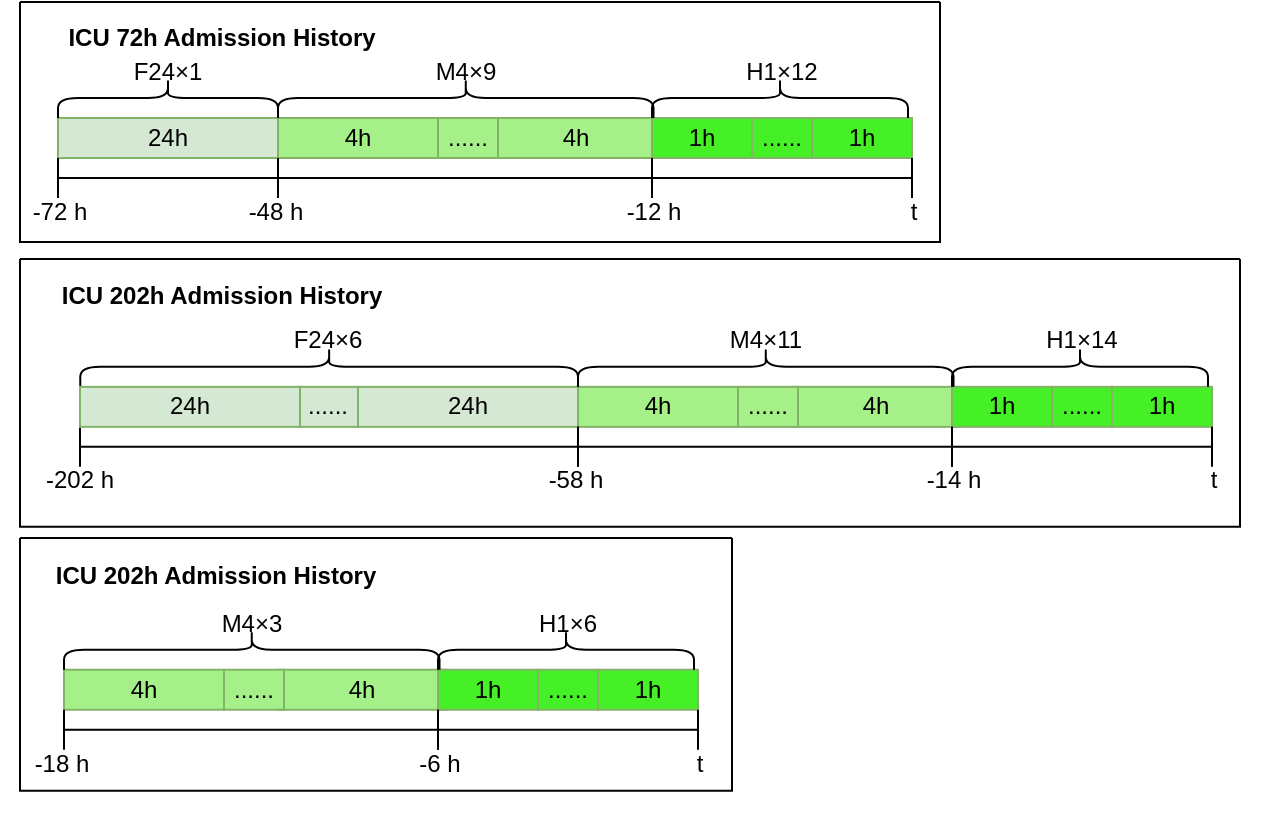
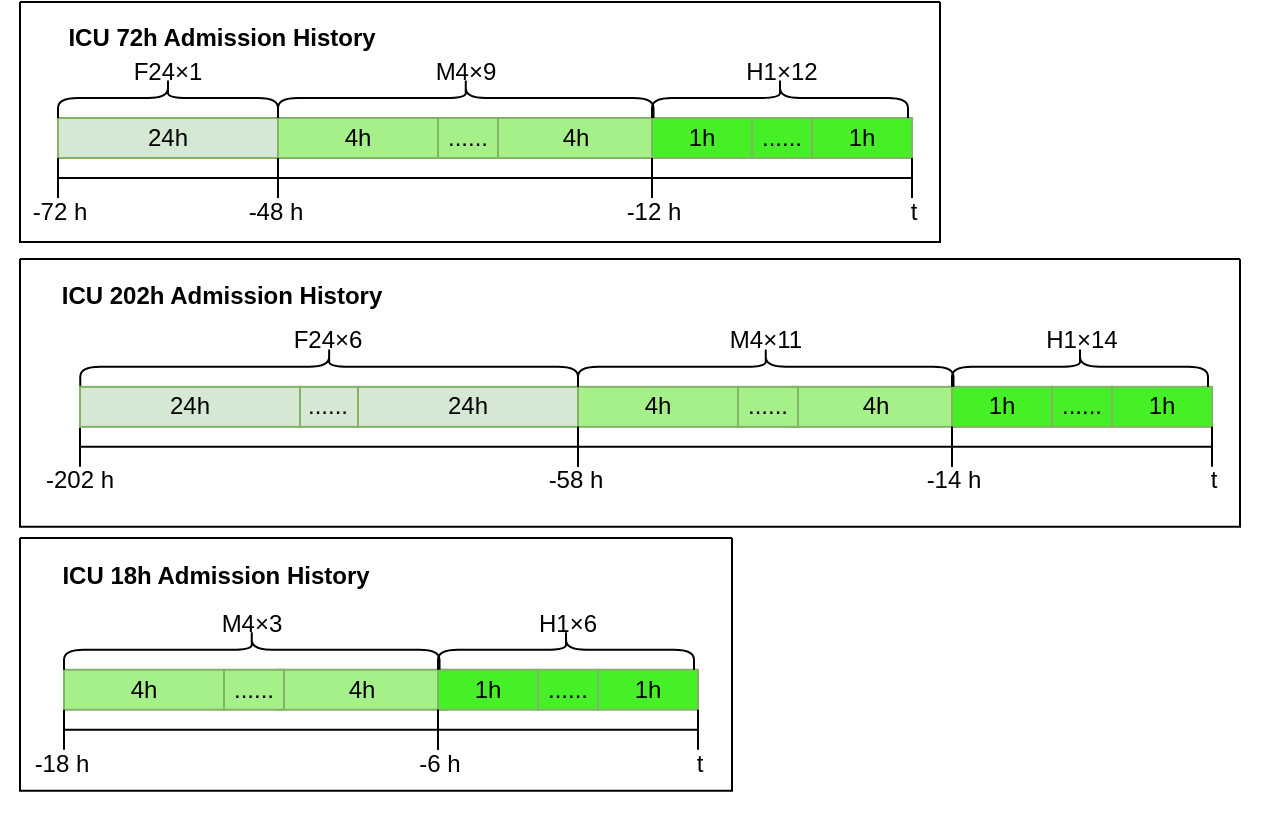
<mxfile host="app.diagrams.net">
  <diagram name="第 1 页" id="ZXRgyMgndbSnMul60k35">
    <mxGraphModel dx="702" dy="479" grid="1" gridSize="10" guides="1" tooltips="1" connect="1" arrows="1" fold="1" page="1" pageScale="1" pageWidth="827" pageHeight="1169" math="0" shadow="0">
      <root>
        <mxCell id="0" />
        <mxCell id="1" parent="0" />
        <mxCell id="Cz9zJ3ElJhsfQI_fBBap-1" parent="1" style="rounded=0;whiteSpace=wrap;html=1;fillColor=#d5e8d4;strokeColor=#82b366;" value="24h" vertex="1">
          <mxGeometry height="20" width="110" x="309" y="248" as="geometry" />
        </mxCell>
        <mxCell id="Cz9zJ3ElJhsfQI_fBBap-2" parent="1" style="rounded=0;whiteSpace=wrap;html=1;fillColor=light-dark(#A5F089,#1F2F1E);strokeColor=#82b366;" value="4h" vertex="1">
          <mxGeometry height="20" width="80" x="419" y="248" as="geometry" />
        </mxCell>
        <mxCell id="Cz9zJ3ElJhsfQI_fBBap-3" parent="1" style="rounded=0;whiteSpace=wrap;html=1;fillColor=light-dark(#A5F089,#1F2F1E);strokeColor=#82b366;" value="4h" vertex="1">
          <mxGeometry height="20" width="84" x="526" y="248" as="geometry" />
        </mxCell>
        <mxCell id="Cz9zJ3ElJhsfQI_fBBap-4" parent="1" style="rounded=0;whiteSpace=wrap;html=1;fillColor=light-dark(#A5F089,#1F2F1E);strokeColor=#82b366;" value="......" vertex="1">
          <mxGeometry height="20" width="30" x="499" y="248" as="geometry" />
        </mxCell>
        <mxCell id="Cz9zJ3ElJhsfQI_fBBap-5" parent="1" style="rounded=0;whiteSpace=wrap;html=1;fillColor=light-dark(#46F027,#1F2F1E);strokeColor=#82b366;" value="1h" vertex="1">
          <mxGeometry height="20" width="50" x="606" y="248" as="geometry" />
        </mxCell>
        <mxCell id="Cz9zJ3ElJhsfQI_fBBap-6" parent="1" style="rounded=0;whiteSpace=wrap;html=1;fillColor=light-dark(#46F027,#1F2F1E);strokeColor=#82b366;" value="1h" vertex="1">
          <mxGeometry height="20" width="50" x="686" y="248" as="geometry" />
        </mxCell>
        <mxCell id="Cz9zJ3ElJhsfQI_fBBap-7" parent="1" style="rounded=0;whiteSpace=wrap;html=1;fillColor=light-dark(#46F027,#1F2F1E);strokeColor=#82b366;" value="......" vertex="1">
          <mxGeometry height="20" width="30" x="656" y="248" as="geometry" />
        </mxCell>
        <mxCell id="Cz9zJ3ElJhsfQI_fBBap-8" parent="1" style="shape=crossbar;whiteSpace=wrap;html=1;rounded=1;" value="" vertex="1">
          <mxGeometry height="20" width="110" x="309" y="268" as="geometry" />
        </mxCell>
        <mxCell id="Cz9zJ3ElJhsfQI_fBBap-9" parent="1" style="text;html=1;whiteSpace=wrap;strokeColor=none;fillColor=none;align=center;verticalAlign=middle;rounded=0;" value="-72 h" vertex="1">
          <mxGeometry height="30" width="60" x="280" y="280" as="geometry" />
        </mxCell>
        <mxCell id="Cz9zJ3ElJhsfQI_fBBap-10" parent="1" style="text;html=1;whiteSpace=wrap;strokeColor=none;fillColor=none;align=center;verticalAlign=middle;rounded=0;" value="-48 h" vertex="1">
          <mxGeometry height="30" width="60" x="388" y="280" as="geometry" />
        </mxCell>
        <mxCell id="Cz9zJ3ElJhsfQI_fBBap-11" parent="1" style="shape=crossbar;whiteSpace=wrap;html=1;rounded=1;" value="" vertex="1">
          <mxGeometry height="20" width="187" x="419" y="268" as="geometry" />
        </mxCell>
        <mxCell id="Cz9zJ3ElJhsfQI_fBBap-12" parent="1" style="shape=crossbar;whiteSpace=wrap;html=1;rounded=1;" value="" vertex="1">
          <mxGeometry height="20" width="130" x="606" y="268" as="geometry" />
        </mxCell>
        <mxCell id="Cz9zJ3ElJhsfQI_fBBap-13" parent="1" style="text;html=1;whiteSpace=wrap;strokeColor=none;fillColor=none;align=center;verticalAlign=middle;rounded=0;" value="-12 h" vertex="1">
          <mxGeometry height="30" width="60" x="577" y="280" as="geometry" />
        </mxCell>
        <mxCell id="Cz9zJ3ElJhsfQI_fBBap-14" parent="1" style="text;html=1;whiteSpace=wrap;strokeColor=none;fillColor=none;align=center;verticalAlign=middle;rounded=0;" value="t" vertex="1">
          <mxGeometry height="30" width="60" x="707" y="280" as="geometry" />
        </mxCell>
        <mxCell id="Cz9zJ3ElJhsfQI_fBBap-16" parent="1" style="shape=curlyBracket;whiteSpace=wrap;html=1;rounded=1;flipH=1;labelPosition=right;verticalLabelPosition=middle;align=left;verticalAlign=middle;legacyAnchorPoints=0;rotation=-90;" value="" vertex="1">
          <mxGeometry height="110" width="20" x="354" y="183" as="geometry" />
        </mxCell>
        <mxCell id="Cz9zJ3ElJhsfQI_fBBap-17" parent="1" style="text;html=1;whiteSpace=wrap;strokeColor=none;fillColor=none;align=center;verticalAlign=middle;rounded=0;" value="F24×1" vertex="1">
          <mxGeometry height="30" width="60" x="334" y="210" as="geometry" />
        </mxCell>
        <mxCell id="Cz9zJ3ElJhsfQI_fBBap-19" parent="1" style="shape=curlyBracket;whiteSpace=wrap;html=1;rounded=1;labelPosition=left;verticalLabelPosition=middle;align=right;verticalAlign=middle;rotation=90;" value="" vertex="1">
          <mxGeometry height="187.75" width="20" x="502.88" y="144.13" as="geometry" />
        </mxCell>
        <mxCell id="Cz9zJ3ElJhsfQI_fBBap-22" parent="1" style="shape=curlyBracket;whiteSpace=wrap;html=1;rounded=1;labelPosition=left;verticalLabelPosition=middle;align=right;verticalAlign=middle;rotation=90;" value="" vertex="1">
          <mxGeometry height="128" width="20" x="660" y="174" as="geometry" />
        </mxCell>
        <mxCell id="Cz9zJ3ElJhsfQI_fBBap-23" parent="1" style="text;html=1;whiteSpace=wrap;strokeColor=none;fillColor=none;align=center;verticalAlign=middle;rounded=0;" value="M4×9" vertex="1">
          <mxGeometry height="30" width="60" x="482.5" y="210" as="geometry" />
        </mxCell>
        <mxCell id="Cz9zJ3ElJhsfQI_fBBap-25" parent="1" style="swimlane;startSize=0;" value="" vertex="1">
          <mxGeometry height="120" width="460" x="290" y="190" as="geometry" />
        </mxCell>
        <mxCell id="Cz9zJ3ElJhsfQI_fBBap-15" parent="Cz9zJ3ElJhsfQI_fBBap-25" style="text;html=1;whiteSpace=wrap;strokeColor=none;fillColor=none;align=center;verticalAlign=middle;rounded=0;" value="&lt;b&gt;ICU 72h Admission History&lt;/b&gt;" vertex="1">
          <mxGeometry height="30" width="184" x="8.5" y="3" as="geometry" />
        </mxCell>
        <mxCell id="Cz9zJ3ElJhsfQI_fBBap-66" parent="Cz9zJ3ElJhsfQI_fBBap-25" style="text;html=1;whiteSpace=wrap;strokeColor=none;fillColor=none;align=center;verticalAlign=middle;rounded=0;" value="H1×12" vertex="1">
          <mxGeometry height="30" width="60" x="351" y="20" as="geometry" />
        </mxCell>
        <mxCell id="Cz9zJ3ElJhsfQI_fBBap-98" connectable="0" parent="1" style="group" value="" vertex="1">
          <mxGeometry height="336.43" width="627" x="290" y="248" as="geometry" />
        </mxCell>
        <mxCell id="Cz9zJ3ElJhsfQI_fBBap-45" parent="Cz9zJ3ElJhsfQI_fBBap-98" style="rounded=0;whiteSpace=wrap;html=1;fillColor=#d5e8d4;strokeColor=#82b366;" value="24h" vertex="1">
          <mxGeometry height="20" width="110" x="169" y="134.43" as="geometry" />
        </mxCell>
        <mxCell id="Cz9zJ3ElJhsfQI_fBBap-46" parent="Cz9zJ3ElJhsfQI_fBBap-98" style="rounded=0;whiteSpace=wrap;html=1;fillColor=light-dark(#A5F089,#1F2F1E);strokeColor=#82b366;" value="4h" vertex="1">
          <mxGeometry height="20" width="80" x="279" y="134.43" as="geometry" />
        </mxCell>
        <mxCell id="Cz9zJ3ElJhsfQI_fBBap-47" parent="Cz9zJ3ElJhsfQI_fBBap-98" style="rounded=0;whiteSpace=wrap;html=1;fillColor=light-dark(#A5F089,#1F2F1E);strokeColor=#82b366;" value="4h" vertex="1">
          <mxGeometry height="20" width="84" x="386" y="134.43" as="geometry" />
        </mxCell>
        <mxCell id="Cz9zJ3ElJhsfQI_fBBap-48" parent="Cz9zJ3ElJhsfQI_fBBap-98" style="rounded=0;whiteSpace=wrap;html=1;fillColor=light-dark(#A5F089,#1F2F1E);strokeColor=#82b366;" value="......" vertex="1">
          <mxGeometry height="20" width="30" x="359" y="134.43" as="geometry" />
        </mxCell>
        <mxCell id="Cz9zJ3ElJhsfQI_fBBap-49" parent="Cz9zJ3ElJhsfQI_fBBap-98" style="rounded=0;whiteSpace=wrap;html=1;fillColor=light-dark(#46F027,#1F2F1E);strokeColor=#82b366;" value="1h" vertex="1">
          <mxGeometry height="20" width="50" x="466" y="134.43" as="geometry" />
        </mxCell>
        <mxCell id="Cz9zJ3ElJhsfQI_fBBap-50" parent="Cz9zJ3ElJhsfQI_fBBap-98" style="rounded=0;whiteSpace=wrap;html=1;fillColor=light-dark(#46F027,#1F2F1E);strokeColor=#82b366;" value="1h" vertex="1">
          <mxGeometry height="20" width="50" x="546" y="134.43" as="geometry" />
        </mxCell>
        <mxCell id="Cz9zJ3ElJhsfQI_fBBap-51" parent="Cz9zJ3ElJhsfQI_fBBap-98" style="rounded=0;whiteSpace=wrap;html=1;fillColor=light-dark(#46F027,#1F2F1E);strokeColor=#82b366;" value="......" vertex="1">
          <mxGeometry height="20" width="30" x="516" y="134.43" as="geometry" />
        </mxCell>
        <mxCell id="Cz9zJ3ElJhsfQI_fBBap-52" parent="Cz9zJ3ElJhsfQI_fBBap-98" style="shape=crossbar;whiteSpace=wrap;html=1;rounded=1;" value="" vertex="1">
          <mxGeometry height="20" width="249" x="30" y="154.43" as="geometry" />
        </mxCell>
        <mxCell id="Cz9zJ3ElJhsfQI_fBBap-53" parent="Cz9zJ3ElJhsfQI_fBBap-98" style="text;html=1;whiteSpace=wrap;strokeColor=none;fillColor=none;align=center;verticalAlign=middle;rounded=0;" value="-202 h" vertex="1">
          <mxGeometry height="30" width="60" y="166.43" as="geometry" />
        </mxCell>
        <mxCell id="Cz9zJ3ElJhsfQI_fBBap-54" parent="Cz9zJ3ElJhsfQI_fBBap-98" style="text;html=1;whiteSpace=wrap;strokeColor=none;fillColor=none;align=center;verticalAlign=middle;rounded=0;" value="-58 h" vertex="1">
          <mxGeometry height="30" width="60" x="248" y="166.43" as="geometry" />
        </mxCell>
        <mxCell id="Cz9zJ3ElJhsfQI_fBBap-55" parent="Cz9zJ3ElJhsfQI_fBBap-98" style="shape=crossbar;whiteSpace=wrap;html=1;rounded=1;" value="" vertex="1">
          <mxGeometry height="20" width="187" x="279" y="154.43" as="geometry" />
        </mxCell>
        <mxCell id="Cz9zJ3ElJhsfQI_fBBap-56" parent="Cz9zJ3ElJhsfQI_fBBap-98" style="shape=crossbar;whiteSpace=wrap;html=1;rounded=1;" value="" vertex="1">
          <mxGeometry height="20" width="130" x="466" y="154.43" as="geometry" />
        </mxCell>
        <mxCell id="Cz9zJ3ElJhsfQI_fBBap-57" parent="Cz9zJ3ElJhsfQI_fBBap-98" style="text;html=1;whiteSpace=wrap;strokeColor=none;fillColor=none;align=center;verticalAlign=middle;rounded=0;" value="-14 h" vertex="1">
          <mxGeometry height="30" width="60" x="437" y="166.43" as="geometry" />
        </mxCell>
        <mxCell id="Cz9zJ3ElJhsfQI_fBBap-58" parent="Cz9zJ3ElJhsfQI_fBBap-98" style="text;html=1;whiteSpace=wrap;strokeColor=none;fillColor=none;align=center;verticalAlign=middle;rounded=0;" value="t" vertex="1">
          <mxGeometry height="30" width="60" x="567" y="166.43" as="geometry" />
        </mxCell>
        <mxCell id="Cz9zJ3ElJhsfQI_fBBap-59" parent="Cz9zJ3ElJhsfQI_fBBap-98" style="shape=curlyBracket;whiteSpace=wrap;html=1;rounded=1;flipH=1;labelPosition=right;verticalLabelPosition=middle;align=left;verticalAlign=middle;legacyAnchorPoints=0;rotation=-90;" value="" vertex="1">
          <mxGeometry height="248.87" width="20" x="144.57" as="geometry" />
        </mxCell>
        <mxCell id="Cz9zJ3ElJhsfQI_fBBap-60" parent="Cz9zJ3ElJhsfQI_fBBap-98" style="text;html=1;whiteSpace=wrap;strokeColor=none;fillColor=none;align=center;verticalAlign=middle;rounded=0;" value="F24×6" vertex="1">
          <mxGeometry height="30" width="60" x="124" y="96.43" as="geometry" />
        </mxCell>
        <mxCell id="Cz9zJ3ElJhsfQI_fBBap-61" parent="Cz9zJ3ElJhsfQI_fBBap-98" style="shape=curlyBracket;whiteSpace=wrap;html=1;rounded=1;labelPosition=left;verticalLabelPosition=middle;align=right;verticalAlign=middle;rotation=90;" value="" vertex="1">
          <mxGeometry height="187.75" width="20" x="362.88" y="30.560000000000002" as="geometry" />
        </mxCell>
        <mxCell id="Cz9zJ3ElJhsfQI_fBBap-62" parent="Cz9zJ3ElJhsfQI_fBBap-98" style="shape=curlyBracket;whiteSpace=wrap;html=1;rounded=1;labelPosition=left;verticalLabelPosition=middle;align=right;verticalAlign=middle;rotation=90;" value="" vertex="1">
          <mxGeometry height="128" width="20" x="520" y="60.43000000000001" as="geometry" />
        </mxCell>
        <mxCell id="Cz9zJ3ElJhsfQI_fBBap-63" parent="Cz9zJ3ElJhsfQI_fBBap-98" style="text;html=1;whiteSpace=wrap;strokeColor=none;fillColor=none;align=center;verticalAlign=middle;rounded=0;" value="M4×11" vertex="1">
          <mxGeometry height="30" width="60" x="342.5" y="96.43" as="geometry" />
        </mxCell>
        <mxCell id="Cz9zJ3ElJhsfQI_fBBap-64" parent="Cz9zJ3ElJhsfQI_fBBap-98" style="swimlane;startSize=0;" value="" vertex="1">
          <mxGeometry height="133.87" width="610" y="70.56" as="geometry" />
        </mxCell>
        <mxCell id="Cz9zJ3ElJhsfQI_fBBap-65" parent="Cz9zJ3ElJhsfQI_fBBap-64" style="text;html=1;whiteSpace=wrap;strokeColor=none;fillColor=none;align=center;verticalAlign=middle;rounded=0;" value="&lt;b&gt;ICU 202h Admission History&lt;/b&gt;" vertex="1">
          <mxGeometry height="30" width="184" x="8.5" y="3" as="geometry" />
        </mxCell>
        <mxCell id="Cz9zJ3ElJhsfQI_fBBap-69" parent="Cz9zJ3ElJhsfQI_fBBap-98" style="rounded=0;whiteSpace=wrap;html=1;fillColor=#d5e8d4;strokeColor=#82b366;" value="......" vertex="1">
          <mxGeometry height="20" width="30" x="139" y="134.43" as="geometry" />
        </mxCell>
        <mxCell id="Cz9zJ3ElJhsfQI_fBBap-70" parent="Cz9zJ3ElJhsfQI_fBBap-98" style="rounded=0;whiteSpace=wrap;html=1;fillColor=#d5e8d4;strokeColor=#82b366;" value="24h" vertex="1">
          <mxGeometry height="20" width="110" x="30" y="134.43" as="geometry" />
        </mxCell>
        <mxCell id="Cz9zJ3ElJhsfQI_fBBap-71" parent="Cz9zJ3ElJhsfQI_fBBap-98" style="text;html=1;whiteSpace=wrap;strokeColor=none;fillColor=none;align=center;verticalAlign=middle;rounded=0;" value="H1×14" vertex="1">
          <mxGeometry height="30" width="60" x="501" y="96.43" as="geometry" />
        </mxCell>
        <mxCell id="Cz9zJ3ElJhsfQI_fBBap-91" parent="Cz9zJ3ElJhsfQI_fBBap-98" style="swimlane;startSize=0;" value="" vertex="1">
          <mxGeometry height="126.43" width="356" y="210" as="geometry" />
        </mxCell>
-         <mxCell id="Cz9zJ3ElJhsfQI_fBBap-92" parent="Cz9zJ3ElJhsfQI_fBBap-91" style="text;html=1;whiteSpace=wrap;strokeColor=none;fillColor=none;align=center;verticalAlign=middle;rounded=0;" value="&lt;b&gt;ICU 202h Admission History&lt;/b&gt;" vertex="1">
+         <mxCell id="Cz9zJ3ElJhsfQI_fBBap-92" parent="Cz9zJ3ElJhsfQI_fBBap-91" style="text;html=1;whiteSpace=wrap;strokeColor=none;fillColor=none;align=center;verticalAlign=middle;rounded=0;" value="&lt;b&gt;ICU 18h Admission History&lt;/b&gt;" vertex="1">
          <mxGeometry height="30" width="184" x="6" y="3.8700000000001182" as="geometry" />
        </mxCell>
        <mxCell id="Cz9zJ3ElJhsfQI_fBBap-99" connectable="0" parent="1" style="group" value="" vertex="1">
          <mxGeometry height="187.74999999999994" width="379" x="281" y="420" as="geometry" />
        </mxCell>
        <mxCell id="Cz9zJ3ElJhsfQI_fBBap-73" parent="Cz9zJ3ElJhsfQI_fBBap-99" style="rounded=0;whiteSpace=wrap;html=1;fillColor=light-dark(#A5F089,#1F2F1E);strokeColor=#82b366;" value="4h" vertex="1">
          <mxGeometry height="20" width="80" x="31" y="103.87000000000006" as="geometry" />
        </mxCell>
        <mxCell id="Cz9zJ3ElJhsfQI_fBBap-74" parent="Cz9zJ3ElJhsfQI_fBBap-99" style="rounded=0;whiteSpace=wrap;html=1;fillColor=light-dark(#A5F089,#1F2F1E);strokeColor=#82b366;" value="4h" vertex="1">
          <mxGeometry height="20" width="84" x="138" y="103.87000000000006" as="geometry" />
        </mxCell>
        <mxCell id="Cz9zJ3ElJhsfQI_fBBap-75" parent="Cz9zJ3ElJhsfQI_fBBap-99" style="rounded=0;whiteSpace=wrap;html=1;fillColor=light-dark(#A5F089,#1F2F1E);strokeColor=#82b366;" value="......" vertex="1">
          <mxGeometry height="20" width="30" x="111" y="103.87000000000006" as="geometry" />
        </mxCell>
        <mxCell id="Cz9zJ3ElJhsfQI_fBBap-76" parent="Cz9zJ3ElJhsfQI_fBBap-99" style="rounded=0;whiteSpace=wrap;html=1;fillColor=light-dark(#46F027,#1F2F1E);strokeColor=#82b366;" value="1h" vertex="1">
          <mxGeometry height="20" width="50" x="218" y="103.87000000000006" as="geometry" />
        </mxCell>
        <mxCell id="Cz9zJ3ElJhsfQI_fBBap-77" parent="Cz9zJ3ElJhsfQI_fBBap-99" style="rounded=0;whiteSpace=wrap;html=1;fillColor=light-dark(#46F027,#1F2F1E);strokeColor=#82b366;" value="1h" vertex="1">
          <mxGeometry height="20" width="50" x="298" y="103.87000000000006" as="geometry" />
        </mxCell>
        <mxCell id="Cz9zJ3ElJhsfQI_fBBap-78" parent="Cz9zJ3ElJhsfQI_fBBap-99" style="rounded=0;whiteSpace=wrap;html=1;fillColor=light-dark(#46F027,#1F2F1E);strokeColor=#82b366;" value="......" vertex="1">
          <mxGeometry height="20" width="30" x="268" y="103.87000000000006" as="geometry" />
        </mxCell>
        <mxCell id="Cz9zJ3ElJhsfQI_fBBap-81" parent="Cz9zJ3ElJhsfQI_fBBap-99" style="text;html=1;whiteSpace=wrap;strokeColor=none;fillColor=none;align=center;verticalAlign=middle;rounded=0;" value="-18 h" vertex="1">
          <mxGeometry height="30" width="60" y="135.87000000000006" as="geometry" />
        </mxCell>
        <mxCell id="Cz9zJ3ElJhsfQI_fBBap-82" parent="Cz9zJ3ElJhsfQI_fBBap-99" style="shape=crossbar;whiteSpace=wrap;html=1;rounded=1;" value="" vertex="1">
          <mxGeometry height="20" width="187" x="31" y="123.87000000000006" as="geometry" />
        </mxCell>
        <mxCell id="Cz9zJ3ElJhsfQI_fBBap-83" parent="Cz9zJ3ElJhsfQI_fBBap-99" style="shape=crossbar;whiteSpace=wrap;html=1;rounded=1;" value="" vertex="1">
          <mxGeometry height="20" width="130" x="218" y="123.87000000000006" as="geometry" />
        </mxCell>
        <mxCell id="Cz9zJ3ElJhsfQI_fBBap-84" parent="Cz9zJ3ElJhsfQI_fBBap-99" style="text;html=1;whiteSpace=wrap;strokeColor=none;fillColor=none;align=center;verticalAlign=middle;rounded=0;" value="-6 h" vertex="1">
          <mxGeometry height="30" width="60" x="189" y="135.87000000000006" as="geometry" />
        </mxCell>
        <mxCell id="Cz9zJ3ElJhsfQI_fBBap-85" parent="Cz9zJ3ElJhsfQI_fBBap-99" style="text;html=1;whiteSpace=wrap;strokeColor=none;fillColor=none;align=center;verticalAlign=middle;rounded=0;" value="t" vertex="1">
          <mxGeometry height="30" width="60" x="319" y="135.87000000000006" as="geometry" />
        </mxCell>
        <mxCell id="Cz9zJ3ElJhsfQI_fBBap-88" parent="Cz9zJ3ElJhsfQI_fBBap-99" style="shape=curlyBracket;whiteSpace=wrap;html=1;rounded=1;labelPosition=left;verticalLabelPosition=middle;align=right;verticalAlign=middle;rotation=90;" value="" vertex="1">
          <mxGeometry height="187.75" width="20" x="114.88" as="geometry" />
        </mxCell>
        <mxCell id="Cz9zJ3ElJhsfQI_fBBap-89" parent="Cz9zJ3ElJhsfQI_fBBap-99" style="shape=curlyBracket;whiteSpace=wrap;html=1;rounded=1;labelPosition=left;verticalLabelPosition=middle;align=right;verticalAlign=middle;rotation=90;" value="" vertex="1">
          <mxGeometry height="128" width="20" x="272" y="29.870000000000005" as="geometry" />
        </mxCell>
        <mxCell id="Cz9zJ3ElJhsfQI_fBBap-90" parent="Cz9zJ3ElJhsfQI_fBBap-99" style="text;html=1;whiteSpace=wrap;strokeColor=none;fillColor=none;align=center;verticalAlign=middle;rounded=0;" value="M4×3" vertex="1">
          <mxGeometry height="30" width="60" x="94.5" y="65.87000000000006" as="geometry" />
        </mxCell>
        <mxCell id="Cz9zJ3ElJhsfQI_fBBap-96" parent="Cz9zJ3ElJhsfQI_fBBap-99" style="text;html=1;whiteSpace=wrap;strokeColor=none;fillColor=none;align=center;verticalAlign=middle;rounded=0;" value="H1×6" vertex="1">
          <mxGeometry height="30" width="60" x="253" y="65.87000000000006" as="geometry" />
        </mxCell>
      </root>
    </mxGraphModel>
  </diagram>
</mxfile>
